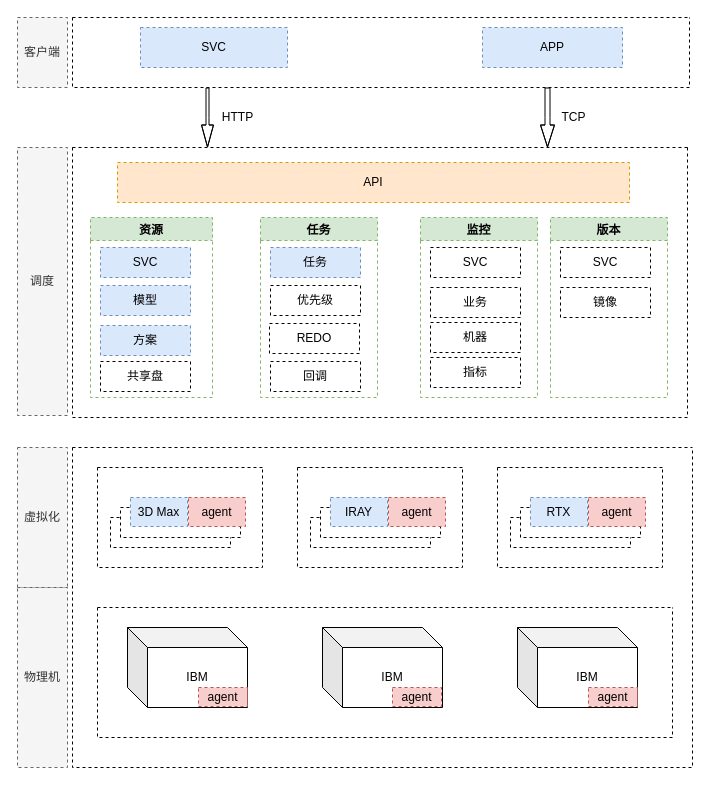
The draw.io diagram 平台2.0/云渲染调度.drawio in Msimplehub/abbysun, before the edit. Source tidied: cells renumbered, new cells numbered last; positions are measured from the earlier drawing's top-left corner, leaving out a move shared by most shapes. Both pictures are drawn from the tidied source at 100%, with x=0, y=0 at pixel (17, 17).
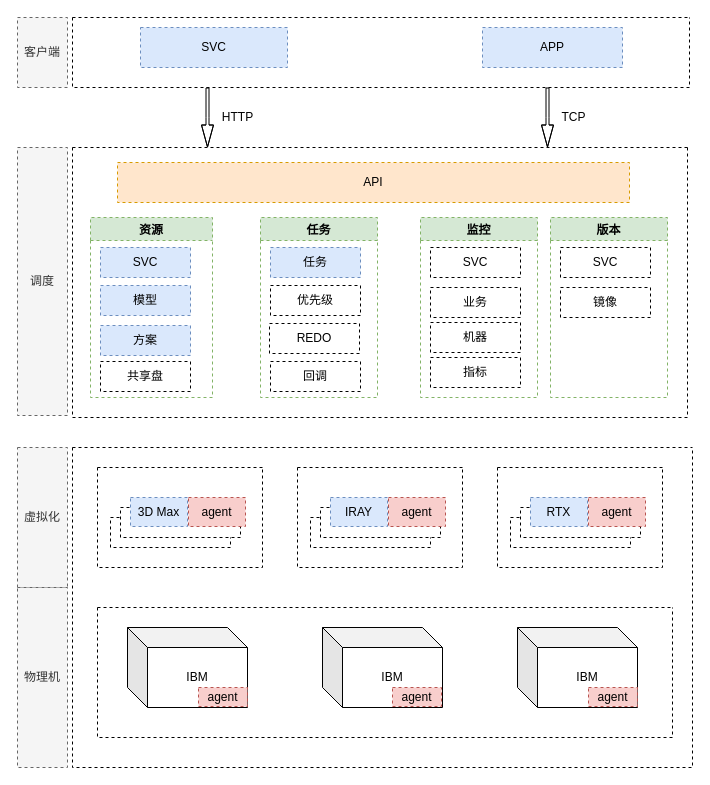
After the change.

Commit message:
Update 云渲染调度.drawio

The edit, as a diff of the source:
```diff
@@
-    <mxCell id="49" style="shape=flexArrow;endArrow=classic;html=1;rounded=0;endWidth=8;endSize=7;width=5;" parent="1" edge="1">
+    <mxCell id="49" style="shape=flexArrow;endArrow=classic;html=1;rounded=0;endWidth=8;endSize=7;width=3;" parent="1" edge="1">
       <mxGeometry relative="1" as="geometry">
         <mxPoint x="530" y="70" as="sourcePoint" />
         <mxPoint x="530" y="130" as="targetPoint" />
         <Array as="points">
           <mxPoint x="530" y="100" />
         </Array>
       </mxGeometry>
     </mxCell>
```
